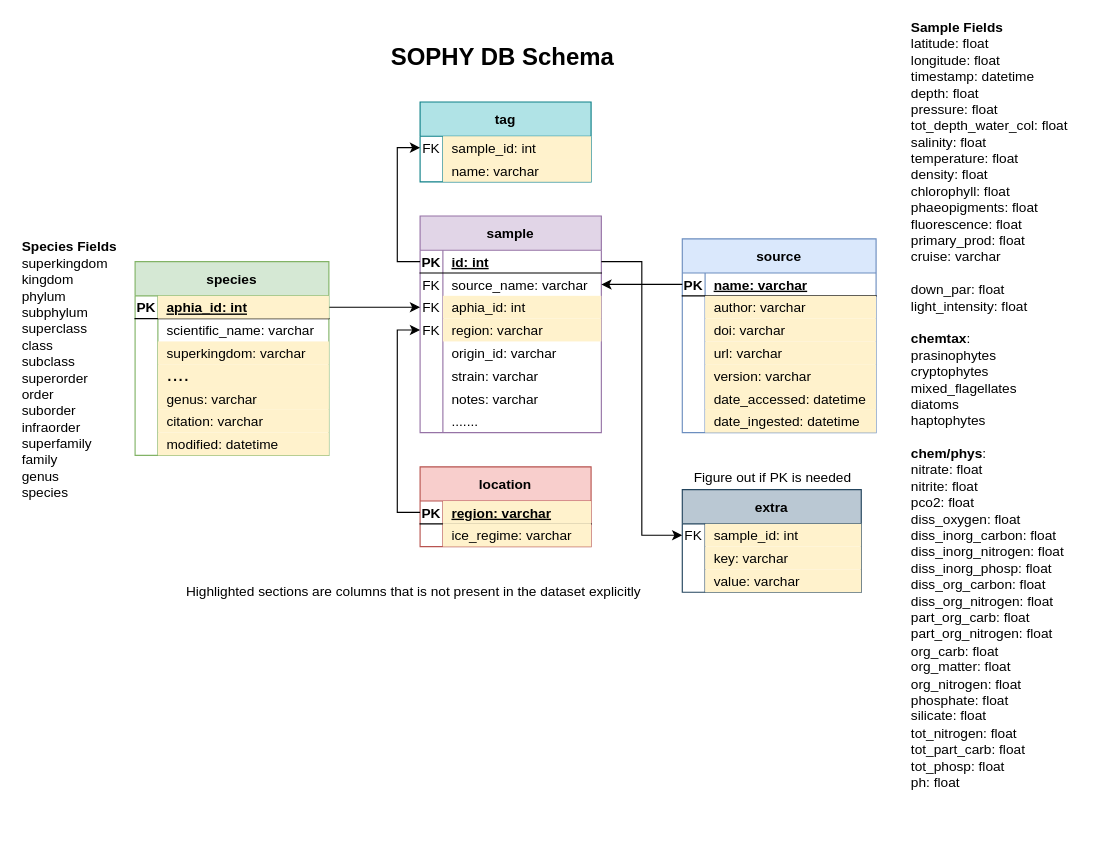
This is page "schema_v6" (5 of 5) of schemas/sophy.drawio from ayushnag/sophy, a draw.io file, before an edit. Source tidied: cells renumbered, new cells numbered last; positions are measured from the earlier drawing's top-left corner, leaving out a move shared by most shapes. Both pictures are drawn from the tidied source at 114%, with x=0, y=0 at pixel (19, 27).
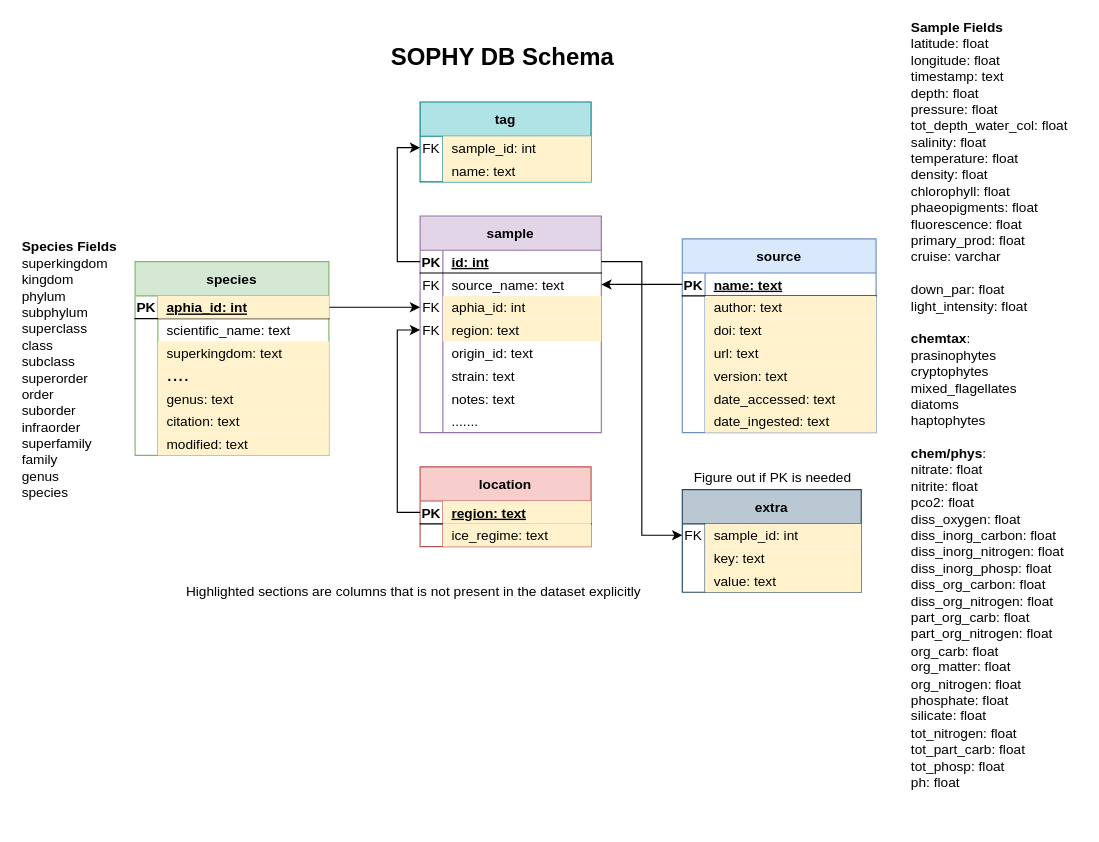
The same diagram, later.

Commit message (it also covers changes not shown here):
Converted 'varchar' to 'text' in schema and code since SQLite prefers this

The change refers to these unchanged cells:
```xml
<mxCell id="4" style="shape=partialRectangle;fillColor=none;top=0;left=0;bottom=1;right=0;points=[[0,0.5],[1,0.5]];portConstraint=eastwest;" parent="3" vertex="1">
  <mxGeometry y="30" width="150" height="20" as="geometry" />
</mxCell>
<mxCell id="7" style="shape=partialRectangle;fillColor=none;top=0;left=0;bottom=0;right=0;" parent="3" vertex="1">
  <mxGeometry y="50" width="150" height="20" as="geometry" />
</mxCell>
<mxCell id="14" style="shape=partialRectangle;fillColor=none;top=0;left=0;bottom=0;right=0;points=[[0,0.5],[1,0.5]];portConstraint=eastwest;" parent="10" vertex="1">
  <mxGeometry y="50" width="159" height="20" as="geometry" />
</mxCell>
<mxCell id="20" style="shape=partialRectangle;fillColor=none;top=0;left=0;bottom=0;right=0;points=[[0,0.5],[1,0.5]];portConstraint=eastwest;" parent="10" vertex="1">
  <mxGeometry y="90" width="159" height="20" as="geometry" />
</mxCell>
<mxCell id="23" style="shape=partialRectangle;fillColor=none;top=0;left=0;bottom=0;right=0;" parent="10" vertex="1">
  <mxGeometry y="110" width="159" height="20" as="geometry" />
</mxCell>
<mxCell id="26" style="shape=partialRectangle;fillColor=none;top=0;left=0;bottom=0;right=0;" parent="10" vertex="1">
  <mxGeometry y="130" width="159" height="20" as="geometry" />
</mxCell>
<mxCell id="29" style="shape=partialRectangle;fillColor=none;top=0;left=0;bottom=0;right=0;align=left;" parent="10" vertex="1">
  <mxGeometry y="150" width="159" height="20" as="geometry" />
</mxCell>
<mxCell id="36" style="shape=partialRectangle;fillColor=none;top=0;left=0;bottom=1;right=0;points=[[0,0.5],[1,0.5]];portConstraint=eastwest;" parent="35" vertex="1">
  <mxGeometry y="30" width="170" height="20" as="geometry" />
</mxCell>
<mxCell id="39" style="shape=partialRectangle;fillColor=none;top=0;left=0;bottom=0;right=0;" parent="35" vertex="1">
  <mxGeometry y="50" width="170" height="20" as="geometry" />
</mxCell>
<mxCell id="42" style="shape=partialRectangle;fillColor=none;top=0;left=0;bottom=0;right=0;" parent="35" vertex="1">
  <mxGeometry y="70" width="170" height="20" as="geometry" />
</mxCell>
<mxCell id="45" style="shape=partialRectangle;fillColor=none;top=0;left=0;bottom=0;right=0;" parent="35" vertex="1">
  <mxGeometry y="90" width="170" height="20" as="geometry" />
</mxCell>
<mxCell id="48" style="shape=partialRectangle;fillColor=none;top=0;left=0;bottom=0;right=0;" parent="35" vertex="1">
  <mxGeometry y="110" width="170" height="20" as="geometry" />
</mxCell>
<mxCell id="51" style="shape=partialRectangle;fillColor=none;top=0;left=0;bottom=0;right=0;" parent="35" vertex="1">
  <mxGeometry y="130" width="170" height="20" as="geometry" />
</mxCell>
<mxCell id="54" style="shape=partialRectangle;fillColor=none;top=0;left=0;bottom=0;right=0;" parent="35" vertex="1">
  <mxGeometry y="150" width="170" height="20" as="geometry" />
</mxCell>
<mxCell id="61" style="shape=partialRectangle;fillColor=none;top=0;left=0;bottom=0;right=0;" parent="57" vertex="1">
  <mxGeometry y="50" width="150" height="20" as="geometry" />
</mxCell>
<mxCell id="72" style="shape=partialRectangle;fillColor=none;top=0;left=0;bottom=0;right=0;" parent="68" vertex="1">
  <mxGeometry y="50" width="157" height="20" as="geometry" />
</mxCell>
<mxCell id="75" style="shape=partialRectangle;fillColor=none;top=0;left=0;bottom=0;right=0;" parent="68" vertex="1">
  <mxGeometry y="70" width="157" height="20" as="geometry" />
</mxCell>
<mxCell id="86" style="shape=partialRectangle;fillColor=none;top=0;left=0;bottom=0;right=0;" parent="82" vertex="1">
  <mxGeometry y="50" width="170" height="20" as="geometry" />
</mxCell>
<mxCell id="89" style="shape=partialRectangle;fillColor=none;top=0;left=0;bottom=0;right=0;" parent="82" vertex="1">
  <mxGeometry y="70" width="170" height="20" as="geometry" />
</mxCell>
<mxCell id="95" style="shape=partialRectangle;fillColor=none;top=0;left=0;bottom=0;right=0;align=left;" parent="82" vertex="1">
  <mxGeometry y="110" width="170" height="20" as="geometry" />
</mxCell>
<mxCell id="98" style="shape=partialRectangle;fillColor=none;top=0;left=0;bottom=0;right=0;align=left;" parent="82" vertex="1">
  <mxGeometry y="130" width="170" height="20" as="geometry" />
</mxCell>
<mxCell id="101" style="shape=partialRectangle;fillColor=none;top=0;left=0;bottom=0;right=0;align=left;" parent="82" vertex="1">
  <mxGeometry y="150" width="170" height="20" as="geometry" />
</mxCell>
```

Diff of the diagram source:
```diff
@@
-    <mxCell id="6" value="region: varchar" style="shape=partialRectangle;fillColor=#fff2cc;top=0;left=0;bottom=0;right=0;align=left;spacingLeft=6;fontStyle=5;overflow=hidden;strokeColor=#d6b656;" parent="4" vertex="1">
+    <mxCell id="6" value="region: text" style="shape=partialRectangle;fillColor=#fff2cc;top=0;left=0;bottom=0;right=0;align=left;spacingLeft=6;fontStyle=5;overflow=hidden;strokeColor=#d6b656;" parent="4" vertex="1">
       <mxGeometry x="20" width="130" height="20" as="geometry" />
     </mxCell>
@@
-    <mxCell id="9" value="ice_regime: varchar" style="shape=partialRectangle;fillColor=#fff2cc;top=0;left=0;bottom=0;right=0;align=left;spacingLeft=6;overflow=hidden;spacing=2;strokeColor=#d6b656;" parent="7" vertex="1">
+    <mxCell id="9" value="ice_regime: text" style="shape=partialRectangle;fillColor=#fff2cc;top=0;left=0;bottom=0;right=0;align=left;spacingLeft=6;overflow=hidden;spacing=2;strokeColor=#d6b656;" parent="7" vertex="1">
       <mxGeometry x="20" width="130" height="20" as="geometry" />
     </mxCell>
@@
-    <mxCell id="16" value="source_name: varchar" style="shape=partialRectangle;fillColor=none;top=0;left=0;bottom=0;right=0;align=left;spacingLeft=6;overflow=hidden;" parent="14" vertex="1">
+    <mxCell id="16" value="source_name: text" style="shape=partialRectangle;fillColor=none;top=0;left=0;bottom=0;right=0;align=left;spacingLeft=6;overflow=hidden;" parent="14" vertex="1">
       <mxGeometry x="20" width="139" height="20" as="geometry" />
     </mxCell>
@@
-    <mxCell id="22" value="region: varchar" style="shape=partialRectangle;fillColor=#fff2cc;top=0;left=0;bottom=0;right=0;align=left;spacingLeft=6;overflow=hidden;strokeColor=#d6b656;" parent="20" vertex="1">
+    <mxCell id="22" value="region: text" style="shape=partialRectangle;fillColor=#fff2cc;top=0;left=0;bottom=0;right=0;align=left;spacingLeft=6;overflow=hidden;strokeColor=#d6b656;" parent="20" vertex="1">
       <mxGeometry x="20" width="139" height="20" as="geometry" />
     </mxCell>
@@
-    <mxCell id="25" value="origin_id: varchar" style="shape=partialRectangle;fillColor=none;top=0;left=0;bottom=0;right=0;align=left;spacingLeft=6;overflow=hidden;" parent="23" vertex="1">
+    <mxCell id="25" value="origin_id: text" style="shape=partialRectangle;fillColor=none;top=0;left=0;bottom=0;right=0;align=left;spacingLeft=6;overflow=hidden;" parent="23" vertex="1">
       <mxGeometry x="20" width="139" height="20" as="geometry" />
     </mxCell>
@@
-    <mxCell id="28" value="strain: varchar" style="shape=partialRectangle;fillColor=none;top=0;left=0;bottom=0;right=0;align=left;spacingLeft=6;overflow=hidden;" parent="26" vertex="1">
+    <mxCell id="28" value="strain: text" style="shape=partialRectangle;fillColor=none;top=0;left=0;bottom=0;right=0;align=left;spacingLeft=6;overflow=hidden;" parent="26" vertex="1">
       <mxGeometry x="20" width="139" height="20" as="geometry" />
     </mxCell>
@@
-    <mxCell id="31" value="notes: varchar" style="shape=partialRectangle;fillColor=none;top=0;left=0;bottom=0;right=0;align=left;spacingLeft=6;overflow=hidden;" parent="29" vertex="1">
+    <mxCell id="31" value="notes: text" style="shape=partialRectangle;fillColor=none;top=0;left=0;bottom=0;right=0;align=left;spacingLeft=6;overflow=hidden;" parent="29" vertex="1">
       <mxGeometry x="20" width="139" height="20" as="geometry" />
     </mxCell>
@@
-    <mxCell id="38" value="name: varchar" style="shape=partialRectangle;fillColor=none;top=0;left=0;bottom=0;right=0;align=left;spacingLeft=6;fontStyle=5;overflow=hidden;" parent="36" vertex="1">
+    <mxCell id="38" value="name: text" style="shape=partialRectangle;fillColor=none;top=0;left=0;bottom=0;right=0;align=left;spacingLeft=6;fontStyle=5;overflow=hidden;" parent="36" vertex="1">
       <mxGeometry x="20" width="150" height="20" as="geometry" />
     </mxCell>
@@
-    <mxCell id="41" value="author: varchar" style="shape=partialRectangle;fillColor=#fff2cc;top=0;left=0;bottom=0;right=0;align=left;spacingLeft=6;overflow=hidden;strokeColor=#d6b656;" parent="39" vertex="1">
+    <mxCell id="41" value="author: text" style="shape=partialRectangle;fillColor=#fff2cc;top=0;left=0;bottom=0;right=0;align=left;spacingLeft=6;overflow=hidden;strokeColor=#d6b656;" parent="39" vertex="1">
       <mxGeometry x="20" width="150" height="20" as="geometry" />
     </mxCell>
@@
-    <mxCell id="44" value="doi: varchar" style="shape=partialRectangle;fillColor=#fff2cc;top=0;left=0;bottom=0;right=0;align=left;spacingLeft=6;overflow=hidden;strokeColor=#d6b656;" parent="42" vertex="1">
+    <mxCell id="44" value="doi: text" style="shape=partialRectangle;fillColor=#fff2cc;top=0;left=0;bottom=0;right=0;align=left;spacingLeft=6;overflow=hidden;strokeColor=#d6b656;" parent="42" vertex="1">
       <mxGeometry x="20" width="150" height="20" as="geometry" />
     </mxCell>
@@
-    <mxCell id="47" value="url: varchar" style="shape=partialRectangle;fillColor=#fff2cc;top=0;left=0;bottom=0;right=0;align=left;spacingLeft=6;overflow=hidden;strokeColor=#d6b656;" parent="45" vertex="1">
+    <mxCell id="47" value="url: text" style="shape=partialRectangle;fillColor=#fff2cc;top=0;left=0;bottom=0;right=0;align=left;spacingLeft=6;overflow=hidden;strokeColor=#d6b656;" parent="45" vertex="1">
       <mxGeometry x="20" width="150" height="20" as="geometry" />
     </mxCell>
@@
-    <mxCell id="50" value="version: varchar" style="shape=partialRectangle;fillColor=#fff2cc;top=0;left=0;bottom=0;right=0;align=left;spacingLeft=6;overflow=hidden;strokeColor=#d6b656;" parent="48" vertex="1">
+    <mxCell id="50" value="version: text" style="shape=partialRectangle;fillColor=#fff2cc;top=0;left=0;bottom=0;right=0;align=left;spacingLeft=6;overflow=hidden;strokeColor=#d6b656;" parent="48" vertex="1">
       <mxGeometry x="20" width="150" height="20" as="geometry" />
     </mxCell>
@@
-    <mxCell id="53" value="date_accessed: datetime" style="shape=partialRectangle;fillColor=#fff2cc;top=0;left=0;bottom=0;right=0;align=left;spacingLeft=6;overflow=hidden;strokeColor=#d6b656;" parent="51" vertex="1">
+    <mxCell id="53" value="date_accessed: text" style="shape=partialRectangle;fillColor=#fff2cc;top=0;left=0;bottom=0;right=0;align=left;spacingLeft=6;overflow=hidden;strokeColor=#d6b656;" parent="51" vertex="1">
       <mxGeometry x="20" width="150" height="20" as="geometry" />
     </mxCell>
@@
-    <mxCell id="56" value="date_ingested: datetime" style="shape=partialRectangle;fillColor=#fff2cc;top=0;left=0;bottom=0;right=0;align=left;spacingLeft=6;overflow=hidden;strokeColor=#d6b656;" parent="54" vertex="1">
+    <mxCell id="56" value="date_ingested: text" style="shape=partialRectangle;fillColor=#fff2cc;top=0;left=0;bottom=0;right=0;align=left;spacingLeft=6;overflow=hidden;strokeColor=#d6b656;" parent="54" vertex="1">
       <mxGeometry x="20" width="150" height="20" as="geometry" />
     </mxCell>
@@
-    <mxCell id="63" value="name: varchar" style="shape=partialRectangle;fillColor=#fff2cc;top=0;left=0;bottom=0;right=0;align=left;spacingLeft=6;overflow=hidden;spacing=2;strokeColor=#d6b656;" parent="61" vertex="1">
+    <mxCell id="63" value="name: text" style="shape=partialRectangle;fillColor=#fff2cc;top=0;left=0;bottom=0;right=0;align=left;spacingLeft=6;overflow=hidden;spacing=2;strokeColor=#d6b656;" parent="61" vertex="1">
       <mxGeometry x="20" width="130" height="20" as="geometry" />
     </mxCell>
@@
-    <mxCell id="74" value="key: varchar" style="shape=partialRectangle;fillColor=#fff2cc;top=0;left=0;bottom=0;right=0;align=left;spacingLeft=6;overflow=hidden;strokeColor=#d6b656;" parent="72" vertex="1">
+    <mxCell id="74" value="key: text" style="shape=partialRectangle;fillColor=#fff2cc;top=0;left=0;bottom=0;right=0;align=left;spacingLeft=6;overflow=hidden;strokeColor=#d6b656;" parent="72" vertex="1">
       <mxGeometry x="20" width="137" height="20" as="geometry" />
     </mxCell>
@@
-    <mxCell id="77" value="value: varchar" style="shape=partialRectangle;fillColor=#fff2cc;top=0;left=0;bottom=0;right=0;align=left;spacingLeft=6;overflow=hidden;strokeColor=#d6b656;" parent="75" vertex="1">
+    <mxCell id="77" value="value: text" style="shape=partialRectangle;fillColor=#fff2cc;top=0;left=0;bottom=0;right=0;align=left;spacingLeft=6;overflow=hidden;strokeColor=#d6b656;" parent="75" vertex="1">
       <mxGeometry x="20" width="137" height="20" as="geometry" />
     </mxCell>
@@
-    <mxCell id="79" value="&lt;b&gt;Sample Fields&lt;br&gt;&lt;/b&gt;latitude: float&lt;br&gt;longitude: float&lt;br&gt;timestamp: datetime&lt;br&gt;depth: float&lt;br&gt;pressure: float&lt;br&gt;tot_depth_water_col: float&lt;br&gt;salinity: float&lt;br&gt;temperature: float&lt;br&gt;density: float&lt;br&gt;&lt;div&gt;chlorophyll: float&lt;/div&gt;&lt;div&gt;phaeopigments: float&lt;/div&gt;&lt;div&gt;fluorescence: float&lt;/div&gt;&lt;div&gt;primary_prod: float&lt;/div&gt;&lt;div&gt;cruise: varchar&lt;/div&gt;&lt;div&gt;&lt;br&gt;&lt;/div&gt;&lt;div&gt;down_par: float&lt;/div&gt;&lt;div&gt;light_intensity: float&lt;/div&gt;&lt;div&gt;&lt;br&gt;&lt;/div&gt;&lt;div&gt;&lt;b&gt;chemtax&lt;/b&gt;:&lt;/div&gt;&lt;div&gt;prasinophytes&lt;/div&gt;&lt;div&gt;cryptophytes&lt;/div&gt;&lt;div&gt;mixed_flagellates&lt;/div&gt;&lt;div&gt;diatoms&lt;/div&gt;&lt;div&gt;haptophytes&lt;/div&gt;&lt;div&gt;&lt;br&gt;&lt;/div&gt;&lt;div&gt;&lt;b&gt;chem/phys&lt;/b&gt;:&lt;/div&gt;&lt;div&gt;&lt;div&gt;nitrate: float&lt;/div&gt;&lt;div&gt;nitrite: float&lt;/div&gt;&lt;div&gt;&lt;span&gt;pco2: float&lt;/span&gt;&lt;br&gt;&lt;/div&gt;&lt;div&gt;diss_oxygen: float&lt;/div&gt;&lt;div&gt;diss_inorg_carbon: float&lt;/div&gt;&lt;div&gt;diss_inorg_nitrogen: float&lt;/div&gt;&lt;div&gt;diss_inorg_phosp: float&lt;/div&gt;&lt;div&gt;diss_org_carbon: float&lt;/div&gt;&lt;div&gt;diss_org_nitrogen: float&lt;/div&gt;&lt;div&gt;part_org_carb: float&lt;/div&gt;&lt;div&gt;part_org_nitrogen: float&lt;/div&gt;&lt;div&gt;org_carb: float&lt;/div&gt;&lt;div&gt;org_matter: float&lt;/div&gt;&lt;div&gt;org_nitrogen: float&lt;/div&gt;&lt;div&gt;phosphate: float&lt;/div&gt;&lt;div&gt;silicate: float&lt;/div&gt;&lt;div&gt;tot_nitrogen: float&lt;/div&gt;&lt;div&gt;tot_part_carb: float&lt;/div&gt;&lt;div&gt;tot_phosp: float&lt;/div&gt;&lt;div&gt;&lt;span style=&quot;background-color: initial;&quot;&gt;ph: float&lt;/span&gt;&lt;br&gt;&lt;/div&gt;&lt;/div&gt;&lt;div&gt;&lt;br&gt;&lt;/div&gt;&lt;div&gt;&lt;br&gt;&lt;/div&gt;" style="text;html=1;align=left;verticalAlign=middle;strokeColor=none;fillColor=none;fontSize=12;" parent="1" vertex="1">
-      <mxGeometry x="780" width="150" height="690" as="geometry" />
+    <mxCell id="79" value="&lt;b&gt;Sample Fields&lt;br&gt;&lt;/b&gt;latitude: float&lt;br&gt;longitude: float&lt;br&gt;timestamp: text&lt;br&gt;depth: float&lt;br&gt;pressure: float&lt;br&gt;tot_depth_water_col: float&lt;br&gt;salinity: float&lt;br&gt;temperature: float&lt;br&gt;density: float&lt;br&gt;&lt;div&gt;chlorophyll: float&lt;/div&gt;&lt;div&gt;phaeopigments: float&lt;/div&gt;&lt;div&gt;fluorescence: float&lt;/div&gt;&lt;div&gt;primary_prod: float&lt;/div&gt;&lt;div&gt;cruise: varchar&lt;/div&gt;&lt;div&gt;&lt;br&gt;&lt;/div&gt;&lt;div&gt;down_par: float&lt;/div&gt;&lt;div&gt;light_intensity: float&lt;/div&gt;&lt;div&gt;&lt;br&gt;&lt;/div&gt;&lt;div&gt;&lt;b&gt;chemtax&lt;/b&gt;:&lt;/div&gt;&lt;div&gt;prasinophytes&lt;/div&gt;&lt;div&gt;cryptophytes&lt;/div&gt;&lt;div&gt;mixed_flagellates&lt;/div&gt;&lt;div&gt;diatoms&lt;/div&gt;&lt;div&gt;haptophytes&lt;/div&gt;&lt;div&gt;&lt;br&gt;&lt;/div&gt;&lt;div&gt;&lt;b&gt;chem/phys&lt;/b&gt;:&lt;/div&gt;&lt;div&gt;&lt;div&gt;nitrate: float&lt;/div&gt;&lt;div&gt;nitrite: float&lt;/div&gt;&lt;div&gt;&lt;span&gt;pco2: float&lt;/span&gt;&lt;br&gt;&lt;/div&gt;&lt;div&gt;diss_oxygen: float&lt;/div&gt;&lt;div&gt;diss_inorg_carbon: float&lt;/div&gt;&lt;div&gt;diss_inorg_nitrogen: float&lt;/div&gt;&lt;div&gt;diss_inorg_phosp: float&lt;/div&gt;&lt;div&gt;diss_org_carbon: float&lt;/div&gt;&lt;div&gt;diss_org_nitrogen: float&lt;/div&gt;&lt;div&gt;part_org_carb: float&lt;/div&gt;&lt;div&gt;part_org_nitrogen: float&lt;/div&gt;&lt;div&gt;org_carb: float&lt;/div&gt;&lt;div&gt;org_matter: float&lt;/div&gt;&lt;div&gt;org_nitrogen: float&lt;/div&gt;&lt;div&gt;phosphate: float&lt;/div&gt;&lt;div&gt;silicate: float&lt;/div&gt;&lt;div&gt;tot_nitrogen: float&lt;/div&gt;&lt;div&gt;tot_part_carb: float&lt;/div&gt;&lt;div&gt;tot_phosp: float&lt;/div&gt;&lt;div&gt;&lt;span&gt;ph: float&lt;/span&gt;&lt;br&gt;&lt;/div&gt;&lt;/div&gt;&lt;div&gt;&lt;br&gt;&lt;/div&gt;&lt;div&gt;&lt;br&gt;&lt;/div&gt;" style="text;html=1;align=left;verticalAlign=middle;strokeColor=none;fillColor=none;fontSize=12;" parent="1" vertex="1">
+      <mxGeometry x="780" y="10" width="150" height="670" as="geometry" />
     </mxCell>
@@
-    <mxCell id="88" value="scientific_name: varchar" style="shape=partialRectangle;fillColor=none;top=0;left=0;bottom=0;right=0;align=left;spacingLeft=6;overflow=hidden;spacing=2;strokeColor=#d6b656;" parent="86" vertex="1">
+    <mxCell id="88" value="scientific_name: text" style="shape=partialRectangle;fillColor=none;top=0;left=0;bottom=0;right=0;align=left;spacingLeft=6;overflow=hidden;spacing=2;strokeColor=#d6b656;" parent="86" vertex="1">
       <mxGeometry x="20" width="150" height="20" as="geometry" />
     </mxCell>
@@
-    <mxCell id="91" value="superkingdom: varchar" style="shape=partialRectangle;fillColor=#fff2cc;top=0;left=0;bottom=0;right=0;align=left;spacingLeft=6;overflow=hidden;strokeColor=#d6b656;" parent="89" vertex="1">
+    <mxCell id="91" value="superkingdom: text" style="shape=partialRectangle;fillColor=#fff2cc;top=0;left=0;bottom=0;right=0;align=left;spacingLeft=6;overflow=hidden;strokeColor=#d6b656;" parent="89" vertex="1">
       <mxGeometry x="20" width="150" height="20" as="geometry" />
     </mxCell>
@@
-    <mxCell id="97" value="genus: varchar " style="shape=partialRectangle;fillColor=#fff2cc;top=0;left=0;bottom=0;right=0;align=left;spacingLeft=6;overflow=hidden;strokeColor=#d6b656;" parent="95" vertex="1">
+    <mxCell id="97" value="genus: text " style="shape=partialRectangle;fillColor=#fff2cc;top=0;left=0;bottom=0;right=0;align=left;spacingLeft=6;overflow=hidden;strokeColor=#d6b656;" parent="95" vertex="1">
       <mxGeometry x="20" width="150" height="20" as="geometry" />
     </mxCell>
@@
-    <mxCell id="100" value="citation: varchar" style="shape=partialRectangle;fillColor=#fff2cc;top=0;left=0;bottom=0;right=0;align=left;spacingLeft=6;overflow=hidden;strokeColor=#d6b656;" parent="98" vertex="1">
+    <mxCell id="100" value="citation: text" style="shape=partialRectangle;fillColor=#fff2cc;top=0;left=0;bottom=0;right=0;align=left;spacingLeft=6;overflow=hidden;strokeColor=#d6b656;" parent="98" vertex="1">
       <mxGeometry x="20" width="150" height="20" as="geometry" />
     </mxCell>
@@
-    <mxCell id="103" value="modified: datetime" style="shape=partialRectangle;fillColor=#fff2cc;top=0;left=0;bottom=0;right=0;align=left;spacingLeft=6;overflow=hidden;strokeColor=#d6b656;" parent="101" vertex="1">
+    <mxCell id="103" value="modified: text" style="shape=partialRectangle;fillColor=#fff2cc;top=0;left=0;bottom=0;right=0;align=left;spacingLeft=6;overflow=hidden;strokeColor=#d6b656;" parent="101" vertex="1">
       <mxGeometry x="20" width="150" height="20" as="geometry" />
     </mxCell>
```
